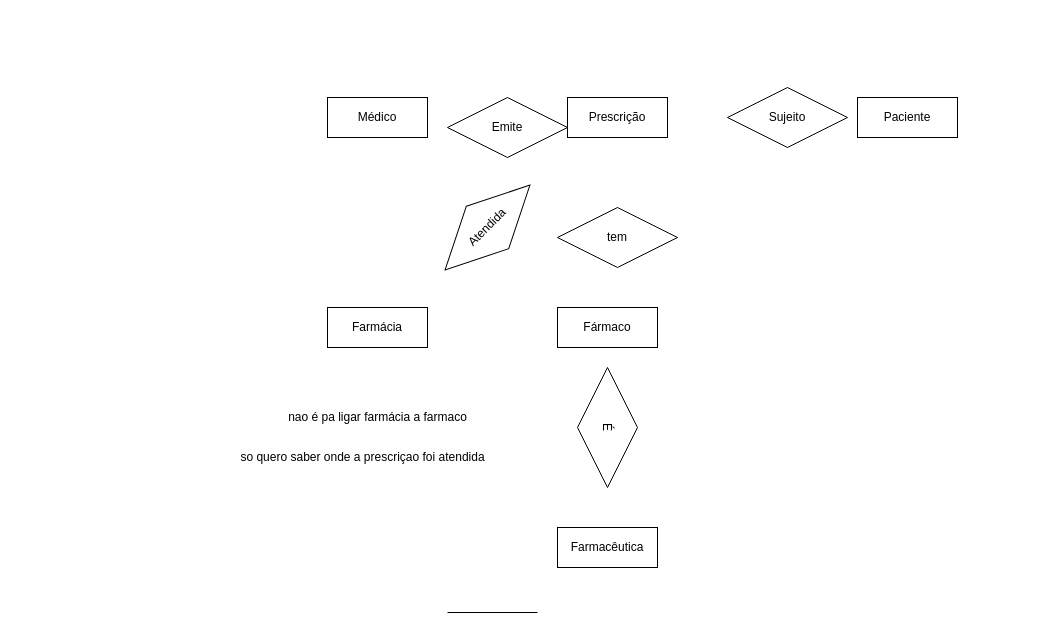
This is BD/guiao02/ex_2_2.drawio from marco-almeida/LECI, a draw.io file, before an edit. Source tidied: cells renumbered, new cells numbered last; positions are measured from the earlier drawing's top-left corner, leaving out a move shared by most shapes. Both pictures are drawn from the tidied source at 100%, with x=0, y=0 at pixel (227, 87).
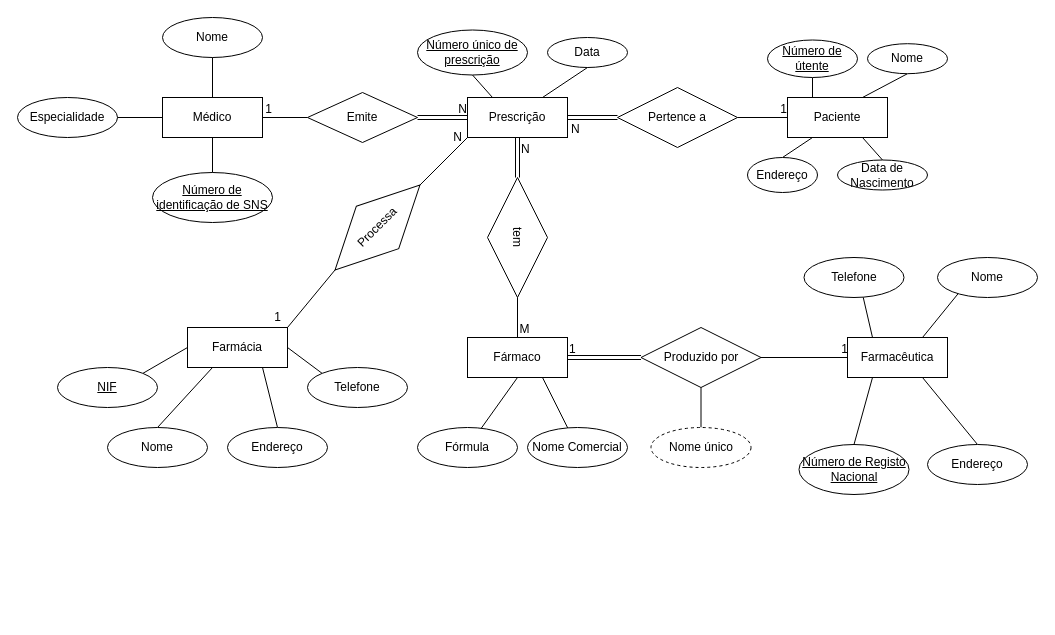
Above is the later version.

The edit, as a diff of the source:
```diff
@@
     <mxCell id="2" value="Prescrição" style="whiteSpace=wrap;html=1;align=center;" parent="1" vertex="1">
-      <mxGeometry x="340" y="10" width="100" height="40" as="geometry" />
+      <mxGeometry x="240" y="10" width="100" height="40" as="geometry" />
     </mxCell>
     <mxCell id="3" value="Paciente" style="whiteSpace=wrap;html=1;align=center;" parent="1" vertex="1">
-      <mxGeometry x="630" y="10" width="100" height="40" as="geometry" />
+      <mxGeometry x="560" y="10" width="100" height="40" as="geometry" />
     </mxCell>
     <mxCell id="4" value="Médico" style="whiteSpace=wrap;html=1;align=center;" parent="1" vertex="1">
-      <mxGeometry x="100" y="10" width="100" height="40" as="geometry" />
+      <mxGeometry x="-65" y="10" width="100" height="40" as="geometry" />
     </mxCell>
     <mxCell id="5" value="Fármaco" style="whiteSpace=wrap;html=1;align=center;" parent="1" vertex="1">
-      <mxGeometry x="330" y="220" width="100" height="40" as="geometry" />
+      <mxGeometry x="240" y="250" width="100" height="40" as="geometry" />
     </mxCell>
     <mxCell id="6" value="Farmácia" style="whiteSpace=wrap;html=1;align=center;" parent="1" vertex="1">
-      <mxGeometry x="100" y="220" width="100" height="40" as="geometry" />
+      <mxGeometry x="-40" y="240" width="100" height="40" as="geometry" />
     </mxCell>
     <mxCell id="7" value="Emite" style="shape=rhombus;perimeter=rhombusPerimeter;whiteSpace=wrap;html=1;align=center;" parent="1" vertex="1">
-      <mxGeometry x="220" y="10" width="120" height="60" as="geometry" />
+      <mxGeometry x="80" y="5" width="110" height="50" as="geometry" />
     </mxCell>
-    <mxCell id="8" value="Sujeito" style="shape=rhombus;perimeter=rhombusPerimeter;whiteSpace=wrap;html=1;align=center;" parent="1" vertex="1">
-      <mxGeometry x="500" width="120" height="60" as="geometry" />
+    <mxCell id="8" value="Pertence a" style="shape=rhombus;perimeter=rhombusPerimeter;whiteSpace=wrap;html=1;align=center;" parent="1" vertex="1">
+      <mxGeometry x="390" width="120" height="60" as="geometry" />
     </mxCell>
-    <mxCell id="9" value="Atendida" style="shape=rhombus;perimeter=rhombusPerimeter;whiteSpace=wrap;html=1;align=center;rotation=-45;" parent="1" vertex="1">
-      <mxGeometry x="200" y="110" width="120" height="60" as="geometry" />
+    <mxCell id="9" value="Processa" style="shape=rhombus;perimeter=rhombusPerimeter;whiteSpace=wrap;html=1;align=center;rotation=-45;" parent="1" vertex="1">
+      <mxGeometry x="90" y="110" width="120" height="60" as="geometry" />
     </mxCell>
-    <mxCell id="10" value="tem" style="shape=rhombus;perimeter=rhombusPerimeter;whiteSpace=wrap;html=1;align=center;" parent="1" vertex="1">
-      <mxGeometry x="330" y="120" width="120" height="60" as="geometry" />
+    <mxCell id="10" value="tem" style="shape=rhombus;perimeter=rhombusPerimeter;whiteSpace=wrap;html=1;align=center;rotation=90;" parent="1" vertex="1">
+      <mxGeometry x="230" y="120" width="120" height="60" as="geometry" />
     </mxCell>
-    <mxCell id="11" value="É" style="shape=rhombus;perimeter=rhombusPerimeter;whiteSpace=wrap;html=1;align=center;rotation=90;" parent="1" vertex="1">
-      <mxGeometry x="320" y="310" width="120" height="60" as="geometry" />
+    <mxCell id="11" value="Produzido por" style="shape=rhombus;perimeter=rhombusPerimeter;whiteSpace=wrap;html=1;align=center;rotation=0;" parent="1" vertex="1">
+      <mxGeometry x="413.5" y="240" width="120" height="60" as="geometry" />
     </mxCell>
     <mxCell id="12" value="Farmacêutica" style="whiteSpace=wrap;html=1;align=center;" parent="1" vertex="1">
-      <mxGeometry x="330" y="440" width="100" height="40" as="geometry" />
+      <mxGeometry x="620" y="250" width="100" height="40" as="geometry" />
     </mxCell>
-    <mxCell id="13" style="line;strokeWidth=1;dashed=0;labelPosition=right;align=left;verticalAlign=middle;spacingTop=0;spacingLeft=6;" parent="1" vertex="1">
-      <mxGeometry x="220" y="520" width="90" height="10" as="geometry" />
-    </mxCell>
-    <mxCell id="14" value="nao é pa ligar farmácia a farmaco" style="text;html=1;align=center;verticalAlign=middle;strokeColor=none;fillColor=none;" parent="1" vertex="1">
-      <mxGeometry x="50" y="315" width="200" height="30" as="geometry" />
-    </mxCell>
-    <mxCell id="15" value="so quero saber onde a prescriçao foi atendida" style="text;html=1;align=center;verticalAlign=middle;strokeColor=none;fillColor=none;" parent="1" vertex="1">
-      <mxGeometry y="355" width="270" height="30" as="geometry" />
-    </mxCell>
+    <mxCell id="16" style="shape=link;html=1;rounded=0;exitX=1;exitY=0.5;exitDx=0;exitDy=0;entryX=0;entryY=0.5;entryDx=0;entryDy=0;" parent="1" edge="1" source="7" target="2">
+      <mxGeometry relative="1" as="geometry" />
+    </mxCell>
+    <mxCell id="17" style="html=1;align=left;verticalAlign=bottom;" parent="16" vertex="1">
+      <mxGeometry x="-1" relative="1" as="geometry" />
+    </mxCell>
+    <mxCell id="18" value="N" style="html=1;align=right;verticalAlign=bottom;" parent="16" vertex="1">
+      <mxGeometry x="1" relative="1" as="geometry" />
+    </mxCell>
+    <mxCell id="19" value="Nome" style="ellipse;whiteSpace=wrap;html=1;align=center;" parent="1" vertex="1">
+      <mxGeometry x="-65" y="-70" width="100" height="40" as="geometry" />
+    </mxCell>
+    <mxCell id="20" style="endArrow=none;html=1;rounded=0;exitX=0.5;exitY=0;exitDx=0;exitDy=0;entryX=0.5;entryY=1;entryDx=0;entryDy=0;" parent="1" edge="1" source="4" target="19">
+      <mxGeometry relative="1" as="geometry" />
+    </mxCell>
+    <mxCell id="21" value="Especialidade" style="ellipse;whiteSpace=wrap;html=1;align=center;" parent="1" vertex="1">
+      <mxGeometry x="-210" y="10" width="100" height="40" as="geometry" />
+    </mxCell>
+    <mxCell id="22" style="endArrow=none;html=1;rounded=0;exitX=0;exitY=0.5;exitDx=0;exitDy=0;entryX=1;entryY=0.5;entryDx=0;entryDy=0;" parent="1" edge="1" source="4" target="21">
+      <mxGeometry relative="1" as="geometry" />
+    </mxCell>
+    <mxCell id="23" value="&lt;u&gt;Número de identificação de SNS&lt;/u&gt;" style="ellipse;whiteSpace=wrap;html=1;align=center;" parent="1" vertex="1">
+      <mxGeometry x="-75" y="85" width="120" height="50" as="geometry" />
+    </mxCell>
+    <mxCell id="24" style="endArrow=none;html=1;rounded=0;exitX=0.5;exitY=1;exitDx=0;exitDy=0;entryX=0.5;entryY=0;entryDx=0;entryDy=0;" parent="1" edge="1" source="4" target="23">
+      <mxGeometry relative="1" as="geometry" />
+    </mxCell>
+    <mxCell id="25" style="endArrow=none;html=1;rounded=0;exitX=0.75;exitY=1;exitDx=0;exitDy=0;entryX=0.5;entryY=0;entryDx=0;entryDy=0;" parent="1" edge="1" source="3" target="30">
+      <mxGeometry relative="1" as="geometry" />
+    </mxCell>
+    <mxCell id="26" style="endArrow=none;html=1;rounded=0;exitX=0.75;exitY=0;exitDx=0;exitDy=0;entryX=0.5;entryY=1;entryDx=0;entryDy=0;" parent="1" edge="1" source="3" target="31">
+      <mxGeometry relative="1" as="geometry" />
+    </mxCell>
+    <mxCell id="27" style="endArrow=none;html=1;rounded=0;entryX=0.25;entryY=0;entryDx=0;entryDy=0;exitX=0.5;exitY=1;exitDx=0;exitDy=0;" parent="1" edge="1" source="32" target="3">
+      <mxGeometry relative="1" as="geometry" />
+    </mxCell>
+    <mxCell id="28" style="endArrow=none;html=1;rounded=0;exitX=0.25;exitY=1;exitDx=0;exitDy=0;entryX=0.5;entryY=0;entryDx=0;entryDy=0;" parent="1" edge="1" source="3" target="29">
+      <mxGeometry relative="1" as="geometry" />
+    </mxCell>
+    <mxCell id="29" value="Endereço" style="ellipse;whiteSpace=wrap;html=1;align=center;" parent="1" vertex="1">
+      <mxGeometry x="520" y="70" width="70" height="35" as="geometry" />
+    </mxCell>
+    <mxCell id="30" value="Data de Nascimento" style="ellipse;whiteSpace=wrap;html=1;align=center;" parent="1" vertex="1">
+      <mxGeometry x="610" y="72.5" width="90" height="30" as="geometry" />
+    </mxCell>
+    <mxCell id="31" value="Nome" style="ellipse;whiteSpace=wrap;html=1;align=center;" parent="1" vertex="1">
+      <mxGeometry x="640" y="-43.8" width="80" height="30" as="geometry" />
+    </mxCell>
+    <mxCell id="32" value="&lt;u&gt;Número de útente&lt;/u&gt;" style="ellipse;whiteSpace=wrap;html=1;align=center;" parent="1" vertex="1">
+      <mxGeometry x="540" y="-47.5" width="90" height="37.5" as="geometry" />
+    </mxCell>
+    <mxCell id="33" style="endArrow=none;html=1;rounded=0;entryX=0;entryY=0.5;entryDx=0;entryDy=0;exitX=1;exitY=0;exitDx=0;exitDy=0;" parent="1" edge="1" source="40" target="6">
+      <mxGeometry relative="1" as="geometry" />
+    </mxCell>
+    <mxCell id="34" style="endArrow=none;html=1;rounded=0;entryX=0.25;entryY=1;entryDx=0;entryDy=0;exitX=0.5;exitY=0;exitDx=0;exitDy=0;" parent="1" edge="1" source="39" target="6">
+      <mxGeometry relative="1" as="geometry" />
+    </mxCell>
+    <mxCell id="35" style="endArrow=none;html=1;rounded=0;entryX=0.75;entryY=1;entryDx=0;entryDy=0;exitX=0.5;exitY=0;exitDx=0;exitDy=0;" parent="1" edge="1" source="38" target="6">
+      <mxGeometry relative="1" as="geometry" />
+    </mxCell>
+    <mxCell id="36" style="endArrow=none;html=1;rounded=0;exitX=1;exitY=0.5;exitDx=0;exitDy=0;entryX=0;entryY=0;entryDx=0;entryDy=0;" parent="1" edge="1" source="6" target="37">
+      <mxGeometry relative="1" as="geometry" />
+    </mxCell>
+    <mxCell id="37" value="Telefone" style="ellipse;whiteSpace=wrap;html=1;align=center;" parent="1" vertex="1">
+      <mxGeometry x="80" y="280" width="100" height="40" as="geometry" />
+    </mxCell>
+    <mxCell id="38" value="Endereço" style="ellipse;whiteSpace=wrap;html=1;align=center;" parent="1" vertex="1">
+      <mxGeometry y="340" width="100" height="40" as="geometry" />
+    </mxCell>
+    <mxCell id="39" value="Nome" style="ellipse;whiteSpace=wrap;html=1;align=center;" parent="1" vertex="1">
+      <mxGeometry x="-120" y="340" width="100" height="40" as="geometry" />
+    </mxCell>
+    <mxCell id="40" value="&lt;u&gt;NIF&lt;/u&gt;" style="ellipse;whiteSpace=wrap;html=1;align=center;" parent="1" vertex="1">
+      <mxGeometry x="-170" y="280" width="100" height="40" as="geometry" />
+    </mxCell>
+    <mxCell id="41" style="endArrow=none;html=1;rounded=0;entryX=0.75;entryY=0;entryDx=0;entryDy=0;exitX=0.5;exitY=0;exitDx=0;exitDy=0;" parent="1" edge="1" source="42" target="12">
+      <mxGeometry relative="1" as="geometry" />
+    </mxCell>
+    <mxCell id="42" value="Nome" style="ellipse;whiteSpace=wrap;html=1;align=center;" parent="1" vertex="1">
+      <mxGeometry x="710" y="170" width="100" height="40" as="geometry" />
+    </mxCell>
+    <mxCell id="43" style="endArrow=none;html=1;rounded=0;entryX=0.75;entryY=1;entryDx=0;entryDy=0;exitX=0.5;exitY=0;exitDx=0;exitDy=0;" parent="1" edge="1" source="44" target="12">
+      <mxGeometry relative="1" as="geometry" />
+    </mxCell>
+    <mxCell id="44" value="Endereço" style="ellipse;whiteSpace=wrap;html=1;align=center;" parent="1" vertex="1">
+      <mxGeometry x="700" y="357" width="100" height="40" as="geometry" />
+    </mxCell>
+    <mxCell id="45" style="endArrow=none;html=1;rounded=0;entryX=0.25;entryY=1;entryDx=0;entryDy=0;exitX=0.5;exitY=0;exitDx=0;exitDy=0;" parent="1" edge="1" source="46" target="12">
+      <mxGeometry relative="1" as="geometry" />
+    </mxCell>
+    <mxCell id="46" value="&lt;u&gt;Número de Registo Nacional&lt;/u&gt;" style="ellipse;whiteSpace=wrap;html=1;align=center;" parent="1" vertex="1">
+      <mxGeometry x="571.5" y="357" width="110" height="50" as="geometry" />
+    </mxCell>
+    <mxCell id="47" style="endArrow=none;html=1;rounded=0;entryX=0.25;entryY=0;entryDx=0;entryDy=0;exitX=0.5;exitY=0;exitDx=0;exitDy=0;" parent="1" edge="1" source="48" target="12">
+      <mxGeometry relative="1" as="geometry" />
+    </mxCell>
+    <mxCell id="48" value="Telefone" style="ellipse;whiteSpace=wrap;html=1;align=center;" parent="1" vertex="1">
+      <mxGeometry x="576.5" y="170" width="100" height="40" as="geometry" />
+    </mxCell>
+    <mxCell id="49" value="Data" style="ellipse;whiteSpace=wrap;html=1;align=center;" parent="1" vertex="1">
+      <mxGeometry x="320" y="-50" width="80" height="30" as="geometry" />
+    </mxCell>
+    <mxCell id="50" style="endArrow=none;html=1;rounded=0;exitX=0.75;exitY=0;exitDx=0;exitDy=0;entryX=0.5;entryY=1;entryDx=0;entryDy=0;" parent="1" edge="1" source="2" target="49">
+      <mxGeometry relative="1" as="geometry" />
+    </mxCell>
+    <mxCell id="51" value="&lt;u&gt;Número único de prescrição&lt;/u&gt;" style="ellipse;whiteSpace=wrap;html=1;align=center;" parent="1" vertex="1">
+      <mxGeometry x="190" y="-57.5" width="110" height="45" as="geometry" />
+    </mxCell>
+    <mxCell id="52" style="endArrow=none;html=1;rounded=0;exitX=0.25;exitY=0;exitDx=0;exitDy=0;entryX=0.5;entryY=1;entryDx=0;entryDy=0;" parent="1" edge="1" source="2" target="51">
+      <mxGeometry relative="1" as="geometry" />
+    </mxCell>
+    <mxCell id="53" style="shape=link;html=1;rounded=0;exitX=0.5;exitY=1;exitDx=0;exitDy=0;entryX=0;entryY=0.5;entryDx=0;entryDy=0;" parent="1" edge="1" source="2" target="10">
+      <mxGeometry relative="1" as="geometry" />
+    </mxCell>
+    <mxCell id="54" value="N" style="html=1;align=left;verticalAlign=bottom;" parent="53" vertex="1">
+      <mxGeometry x="-1" relative="1" as="geometry">
+        <mxPoint x="2" y="20" as="offset" />
+      </mxGeometry>
+    </mxCell>
+    <mxCell id="55" style="endArrow=none;html=1;rounded=0;exitX=1;exitY=0.5;exitDx=0;exitDy=0;entryX=0.5;entryY=0;entryDx=0;entryDy=0;" parent="1" edge="1" source="10" target="5">
+      <mxGeometry relative="1" as="geometry" />
+    </mxCell>
+    <mxCell id="56" style="endArrow=none;html=1;rounded=0;exitX=1;exitY=0.5;exitDx=0;exitDy=0;entryX=0;entryY=0.5;entryDx=0;entryDy=0;" parent="1" edge="1" source="4" target="7">
+      <mxGeometry relative="1" as="geometry" />
+    </mxCell>
+    <mxCell id="57" value="1" style="html=1;align=right;verticalAlign=bottom;" parent="56" vertex="1">
+      <mxGeometry x="1" relative="1" as="geometry">
+        <mxPoint x="-35" as="offset" />
+      </mxGeometry>
+    </mxCell>
+    <mxCell id="58" style="shape=link;html=1;rounded=0;exitX=1;exitY=0.5;exitDx=0;exitDy=0;entryX=0;entryY=0.5;entryDx=0;entryDy=0;" parent="1" edge="1" source="2" target="8">
+      <mxGeometry relative="1" as="geometry" />
+    </mxCell>
+    <mxCell id="59" value="N" style="html=1;align=left;verticalAlign=bottom;" parent="58" vertex="1">
+      <mxGeometry x="-1" relative="1" as="geometry">
+        <mxPoint x="2" y="20" as="offset" />
+      </mxGeometry>
+    </mxCell>
+    <mxCell id="60" value="M" style="text;html=1;align=center;verticalAlign=middle;strokeColor=none;fillColor=none;" parent="1" vertex="1">
+      <mxGeometry x="282" y="227" width="30" height="30" as="geometry" />
+    </mxCell>
+    <mxCell id="61" style="endArrow=none;html=1;rounded=0;exitX=1;exitY=0.5;exitDx=0;exitDy=0;entryX=0;entryY=0.5;entryDx=0;entryDy=0;" parent="1" edge="1" source="8" target="3">
+      <mxGeometry relative="1" as="geometry" />
+    </mxCell>
+    <mxCell id="62" value="1" style="html=1;align=right;verticalAlign=bottom;" parent="61" vertex="1">
+      <mxGeometry x="1" relative="1" as="geometry" />
+    </mxCell>
+    <mxCell id="63" style="endArrow=none;html=1;rounded=0;entryX=0;entryY=1;entryDx=0;entryDy=0;exitX=1;exitY=0.5;exitDx=0;exitDy=0;" parent="1" edge="1" source="9" target="2">
+      <mxGeometry relative="1" as="geometry" />
+    </mxCell>
+    <mxCell id="64" style="endArrow=none;html=1;rounded=0;exitX=1;exitY=0;exitDx=0;exitDy=0;entryX=0;entryY=0.5;entryDx=0;entryDy=0;" parent="1" edge="1" source="6" target="9">
+      <mxGeometry relative="1" as="geometry" />
+    </mxCell>
+    <mxCell id="65" value="N" style="text;html=1;align=center;verticalAlign=middle;strokeColor=none;fillColor=none;" parent="1" vertex="1">
+      <mxGeometry x="215" y="35" width="30" height="30" as="geometry" />
+    </mxCell>
+    <mxCell id="66" value="1" style="text;html=1;align=center;verticalAlign=middle;strokeColor=none;fillColor=none;" parent="1" vertex="1">
+      <mxGeometry x="35" y="215" width="30" height="30" as="geometry" />
+    </mxCell>
+    <mxCell id="67" style="shape=link;html=1;rounded=0;exitX=1;exitY=0.5;exitDx=0;exitDy=0;entryX=0;entryY=0.5;entryDx=0;entryDy=0;" parent="1" edge="1" source="5" target="11">
+      <mxGeometry relative="1" as="geometry" />
+    </mxCell>
+    <mxCell id="68" value="1" style="html=1;align=left;verticalAlign=bottom;" parent="67" vertex="1">
+      <mxGeometry x="-1" relative="1" as="geometry" />
+    </mxCell>
+    <mxCell id="69" style="html=1;align=right;verticalAlign=bottom;" parent="67" vertex="1">
+      <mxGeometry x="1" relative="1" as="geometry" />
+    </mxCell>
+    <mxCell id="70" style="endArrow=none;html=1;rounded=0;exitX=1;exitY=0.5;exitDx=0;exitDy=0;entryX=0;entryY=0.5;entryDx=0;entryDy=0;" parent="1" edge="1" source="11" target="12">
+      <mxGeometry relative="1" as="geometry" />
+    </mxCell>
+    <mxCell id="71" value="1" style="html=1;align=right;verticalAlign=bottom;" parent="70" vertex="1">
+      <mxGeometry x="1" relative="1" as="geometry" />
+    </mxCell>
+    <mxCell id="72" style="endArrow=none;html=1;rounded=0;exitX=0.5;exitY=1;exitDx=0;exitDy=0;entryX=0.5;entryY=0;entryDx=0;entryDy=0;" parent="1" edge="1" source="11" target="77">
+      <mxGeometry relative="1" as="geometry" />
+    </mxCell>
+    <mxCell id="73" style="endArrow=none;html=1;rounded=0;exitX=0.5;exitY=1;exitDx=0;exitDy=0;" parent="1" edge="1" source="5" target="74">
+      <mxGeometry relative="1" as="geometry" />
+    </mxCell>
+    <mxCell id="74" value="Fórmula" style="ellipse;whiteSpace=wrap;html=1;align=center;" parent="1" vertex="1">
+      <mxGeometry x="190" y="340" width="100" height="40" as="geometry" />
+    </mxCell>
+    <mxCell id="75" style="endArrow=none;html=1;rounded=0;exitX=0.75;exitY=1;exitDx=0;exitDy=0;" parent="1" edge="1" source="5" target="76">
+      <mxGeometry relative="1" as="geometry" />
+    </mxCell>
+    <mxCell id="76" value="Nome Comercial" style="ellipse;whiteSpace=wrap;html=1;align=center;" parent="1" vertex="1">
+      <mxGeometry x="300" y="340" width="100" height="40" as="geometry" />
+    </mxCell>
+    <mxCell id="77" value="Nome único" style="ellipse;whiteSpace=wrap;html=1;align=center;dashed=1;" parent="1" vertex="1">
+      <mxGeometry x="423.5" y="340" width="100" height="40" as="geometry" />
+    </mxCell>
```
